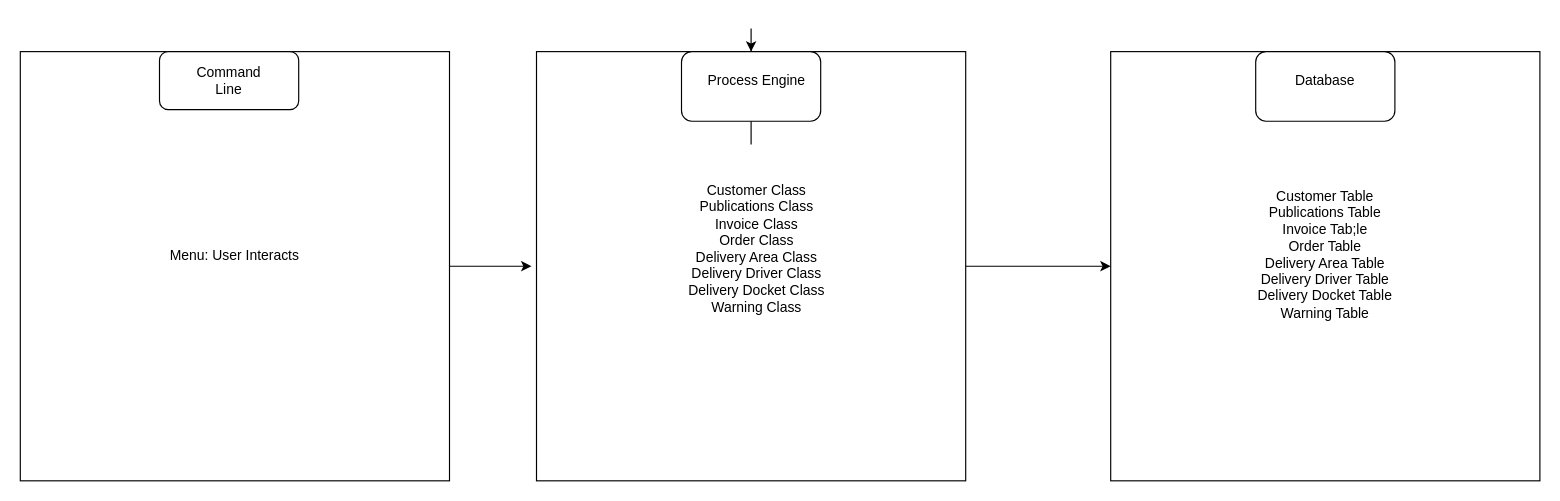
The draw.io diagram Documents/Architecture.drawio in toney200/SoftwareEngineeringGroup, before the edit. Source tidied: cells renumbered, new cells numbered last; positions are measured from the earlier drawing's top-left corner, leaving out a move shared by most shapes. Both pictures are drawn from the tidied source at 116%, with x=0, y=0 at pixel (20, 51).
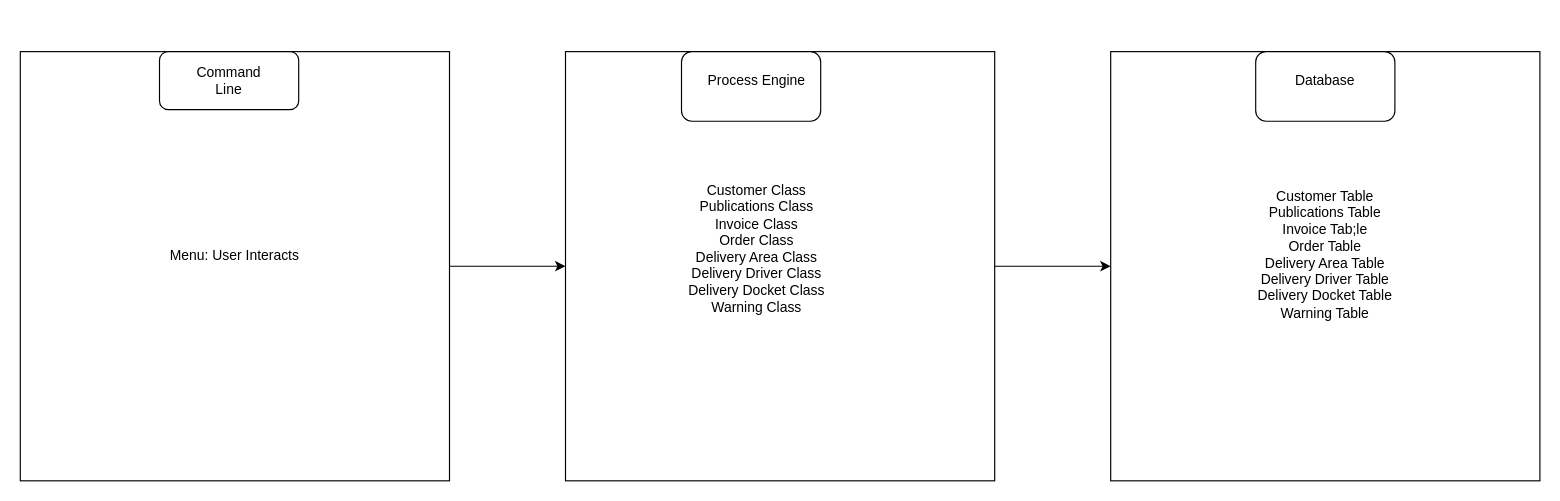
Above is the later version.

What changed in the source:
```diff
@@
 <mxGraphModel>
   <root>
     <mxCell id="0" />
     <mxCell id="1" parent="0" />
     <mxCell id="2" value="&lt;div align=&quot;left&quot;&gt;&lt;br&gt;&lt;/div&gt;" style="whiteSpace=wrap;html=1;" parent="1" vertex="1">
       <mxGeometry width="370" height="370" as="geometry" />
     </mxCell>
     <mxCell id="3" style="rounded=1;whiteSpace=wrap;html=1;" parent="1" vertex="1">
       <mxGeometry x="120" width="120" height="50" as="geometry" />
     </mxCell>
     <mxCell id="4" value="Command Line" style="text;html=1;align=center;verticalAlign=middle;whiteSpace=wrap;rounded=0;" parent="1" vertex="1">
       <mxGeometry x="150" y="10" width="60" height="30" as="geometry" />
     </mxCell>
     <mxCell id="5" style="whiteSpace=wrap;html=1;" parent="1" vertex="1">
-      <mxGeometry x="445" width="370" height="370" as="geometry" />
+      <mxGeometry x="470" width="370" height="370" as="geometry" />
     </mxCell>
     <mxCell id="6" style="whiteSpace=wrap;html=1;" parent="1" vertex="1">
       <mxGeometry x="940" width="370" height="370" as="geometry" />
     </mxCell>
-    <mxCell id="7" style="edgeStyle=orthogonalEdgeStyle;rounded=0;jettySize=auto;html=1;" parent="1" edge="1" source="8" target="5">
-      <mxGeometry relative="1" as="geometry" />
-    </mxCell>
     <mxCell id="8" style="rounded=1;whiteSpace=wrap;html=1;" parent="1" vertex="1">
       <mxGeometry x="570" width="120" height="60" as="geometry" />
     </mxCell>
     <mxCell id="9" value="Process Engine" style="text;html=1;align=center;verticalAlign=middle;whiteSpace=wrap;rounded=0;" parent="1" vertex="1">
       <mxGeometry x="580" y="10" width="110" height="30" as="geometry" />
     </mxCell>
     <mxCell id="10" style="rounded=1;whiteSpace=wrap;html=1;" parent="1" vertex="1">
       <mxGeometry x="1065" width="120" height="60" as="geometry" />
     </mxCell>
     <mxCell id="11" value="Database" style="text;html=1;align=center;verticalAlign=middle;whiteSpace=wrap;rounded=0;" parent="1" vertex="1">
       <mxGeometry x="1095" y="10" width="60" height="30" as="geometry" />
     </mxCell>
     <mxCell id="12" value="&lt;div&gt;Customer Class&lt;/div&gt;&lt;div&gt;Publications Class&lt;/div&gt;&lt;div&gt;Invoice Class&lt;/div&gt;&lt;div&gt;Order Class&lt;/div&gt;&lt;div&gt;Delivery Area Class&lt;/div&gt;&lt;div&gt;Delivery Driver Class&lt;/div&gt;&lt;div&gt;Delivery Docket Class&lt;/div&gt;&lt;div&gt;Warning Class&lt;br&gt;&lt;/div&gt;" style="text;html=1;align=center;verticalAlign=middle;whiteSpace=wrap;rounded=0;" parent="1" vertex="1">
       <mxGeometry x="530" y="60" width="210" height="220" as="geometry" />
     </mxCell>
-    <mxCell id="13" style="curved=1;endArrow=classic;html=1;rounded=0;" parent="1" edge="1" source="2">
-      <mxGeometry relative="1" as="geometry">
-        <mxPoint x="440.7" y="185" as="targetPoint" />
-      </mxGeometry>
+    <mxCell id="13" style="curved=1;endArrow=classic;html=1;rounded=0;entryX=0;entryY=0.5;entryDx=0;entryDy=0;" parent="1" edge="1" source="2" target="5">
+      <mxGeometry relative="1" as="geometry" />
     </mxCell>
     <mxCell id="14" style="curved=1;endArrow=classic;html=1;rounded=0;entryX=0;entryY=0.5;entryDx=0;entryDy=0;" parent="1" edge="1" source="5" target="6">
       <mxGeometry relative="1" as="geometry" />
     </mxCell>
     <mxCell id="15" value="&lt;div&gt;Customer Table&lt;br&gt;&lt;/div&gt;&lt;div&gt;Publications Table&lt;br&gt;&lt;/div&gt;&lt;div&gt;Invoice Tab;le&lt;br&gt;&lt;/div&gt;&lt;div&gt;Order Table&lt;br&gt;&lt;/div&gt;&lt;div&gt;Delivery Area Table&lt;br&gt;&lt;/div&gt;&lt;div&gt;Delivery Driver Table&lt;br&gt;&lt;/div&gt;&lt;div&gt;Delivery Docket Table&lt;br&gt;&lt;/div&gt;&lt;div&gt;Warning Table&lt;br&gt;&lt;/div&gt;" style="text;html=1;align=center;verticalAlign=middle;whiteSpace=wrap;rounded=0;" parent="1" vertex="1">
       <mxGeometry x="975" y="60" width="300" height="230" as="geometry" />
     </mxCell>
     <mxCell id="16" value="&lt;div&gt;Menu: User Interacts&lt;/div&gt;&lt;div&gt;&lt;br&gt;&lt;/div&gt;&lt;div&gt;&lt;br&gt;&lt;/div&gt;" style="text;html=1;align=center;verticalAlign=middle;whiteSpace=wrap;rounded=0;" parent="1" vertex="1">
       <mxGeometry y="60" width="370" height="260" as="geometry" />
     </mxCell>
   </root>
 </mxGraphModel>
```
